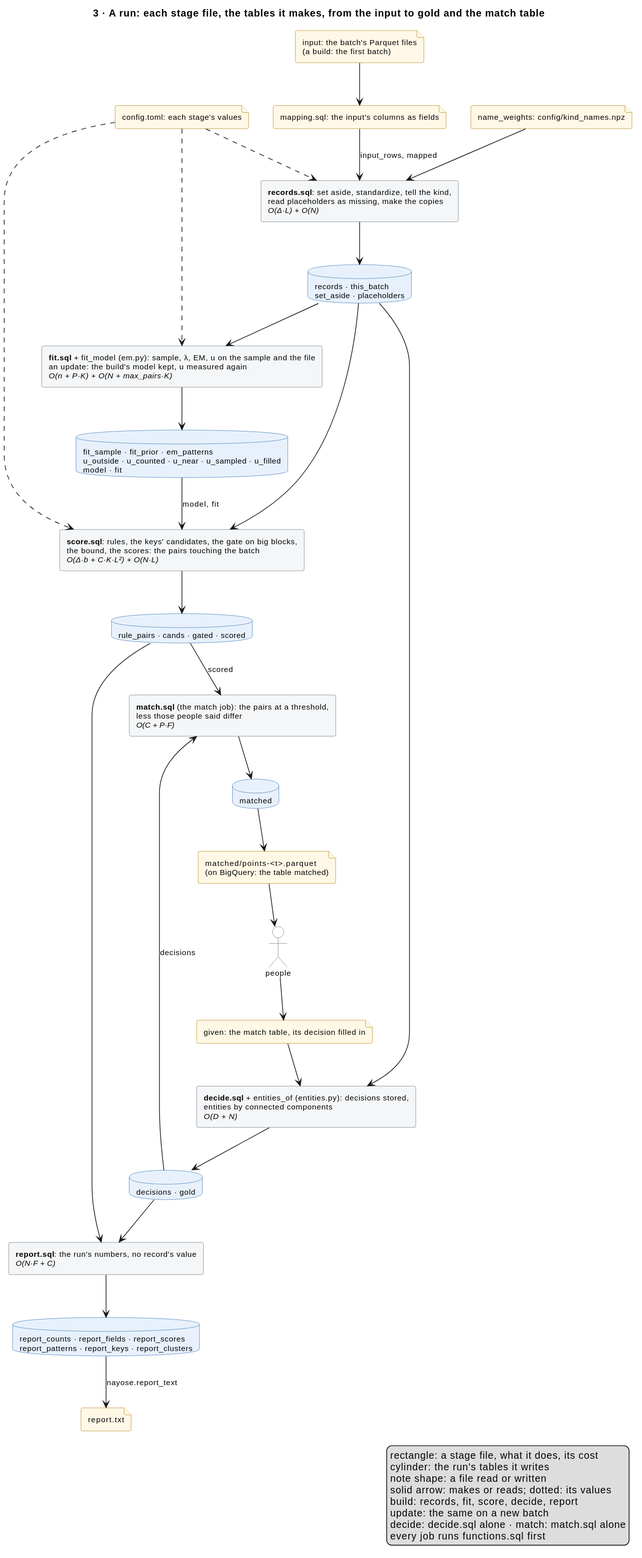
This is docs/diagrams/run.svg from mvsbm/entity_matching, a PlantUML export, as it was before one commit.
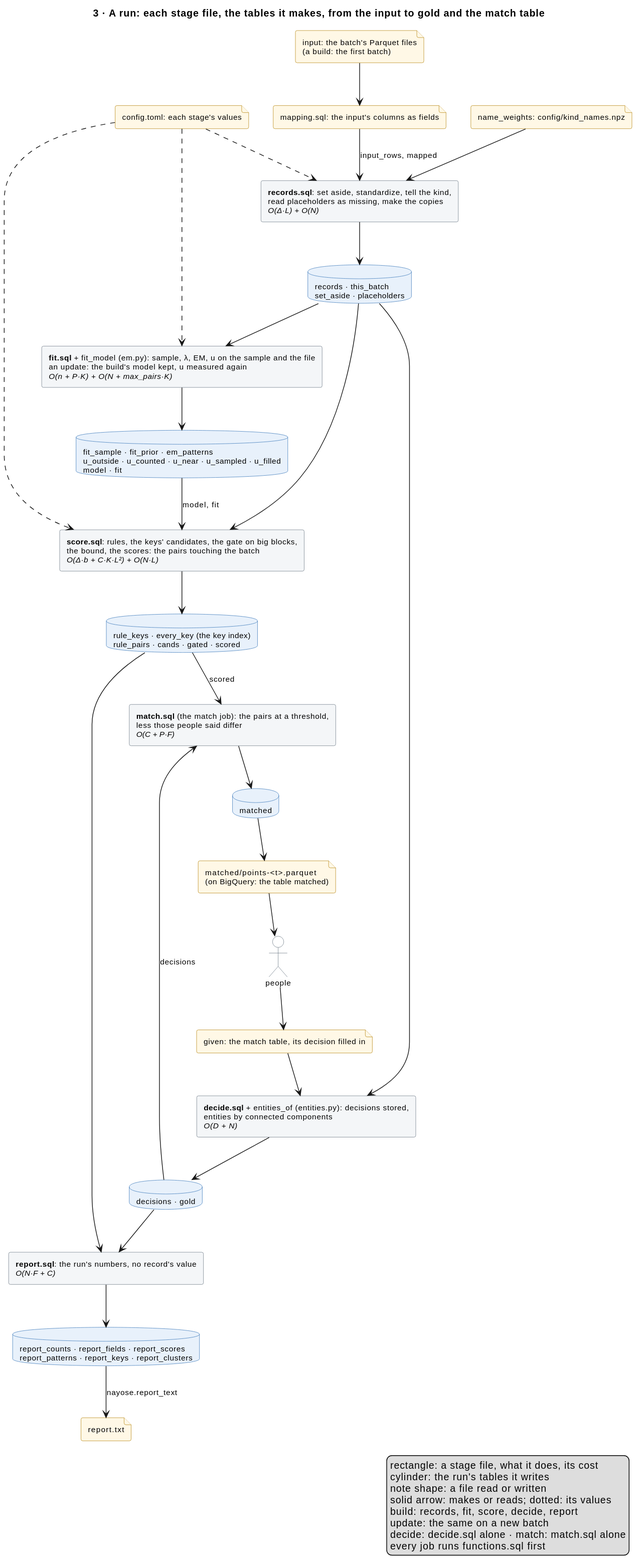
The same file after the commit.

The edit, as a diff of the source:
```diff
@@ -32,7 +32,7 @@
 
 database "records · this_batch\nset_aside · placeholders" as t_records
 database "fit_sample · fit_prior · em_patterns\nu_outside · u_counted · u_near · u_sampled · u_filled\nmodel · fit" as t_fit
-database "rule_pairs · cands · gated · scored" as t_score
+database "rule_keys · every_key (the key index)\nrule_pairs · cands · gated · scored" as t_score
 database "decisions · gold" as t_decide
 database "report_counts · report_fields · report_scores\nreport_patterns · report_keys · report_clusters" as t_report
 database "matched" as t_matched
```
